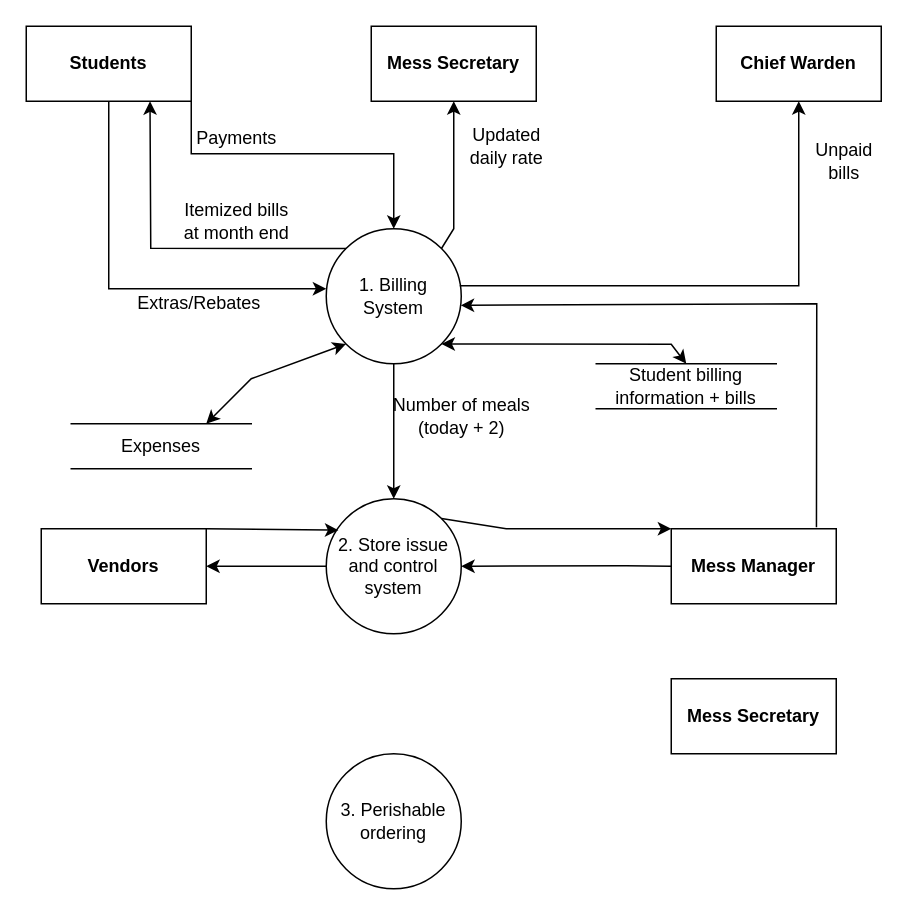
This is Hostel mess DFD.drawio from sakibarifin/Diagrams, a draw.io file, before an edit. Source tidied: cells renumbered, new cells numbered last; positions are measured from the earlier drawing's top-left corner, leaving out a move shared by most shapes. Both pictures are drawn from the tidied source at 150%, with x=0, y=0 at pixel (26, 26).
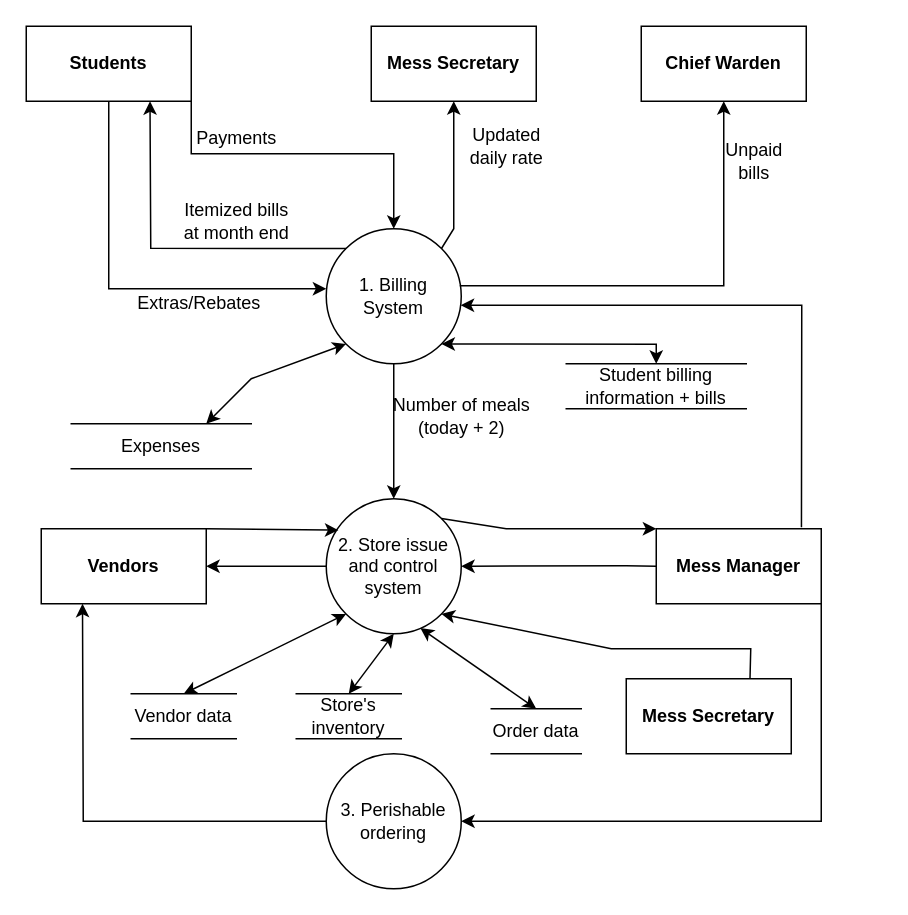
After the change.

The change refers to these unchanged cells:
```xml
<mxCell id="5" value="1. Billing System" style="ellipse;whiteSpace=wrap;html=1;" parent="1" vertex="1">
  <mxGeometry x="200" y="135" width="90" height="90" as="geometry" />
</mxCell>
<mxCell id="16" value="2. Store issue and control system" style="ellipse;whiteSpace=wrap;html=1;" parent="1" vertex="1">
  <mxGeometry x="200" y="315" width="90" height="90" as="geometry" />
</mxCell>
<mxCell id="21" value="Vendors" style="rounded=0;whiteSpace=wrap;html=1;fontStyle=1;" parent="1" vertex="1">
  <mxGeometry x="10" y="335" width="110" height="50" as="geometry" />
</mxCell>
<mxCell id="24" value="3. Perishable ordering" style="ellipse;whiteSpace=wrap;html=1;" parent="1" vertex="1">
  <mxGeometry x="200" y="485" width="90" height="90" as="geometry" />
</mxCell>
```

Change to the diagram source:
```diff
@@
     <mxCell id="4" value="&lt;b&gt;Chief Warden&lt;/b&gt;" style="rounded=0;whiteSpace=wrap;html=1;" parent="1" vertex="1">
-      <mxGeometry x="460" width="110" height="50" as="geometry" />
+      <mxGeometry x="410" width="110" height="50" as="geometry" />
     </mxCell>
@@
     <mxCell id="10" style="endArrow=classic;html=1;rounded=0;exitX=0.989;exitY=0.422;exitDx=0;exitDy=0;exitPerimeter=0;entryX=0.5;entryY=1;entryDx=0;entryDy=0;" parent="1" edge="1" source="5" target="4">
       <mxGeometry relative="1" as="geometry">
         <Array as="points">
-          <mxPoint x="515" y="173" />
+          <mxPoint x="465" y="173" />
         </Array>
       </mxGeometry>
     </mxCell>
@@
     <mxCell id="13" value="Student billing information + bills" style="shape=partialRectangle;whiteSpace=wrap;html=1;left=0;right=0;fillColor=none;" parent="1" vertex="1">
-      <mxGeometry x="380" y="225" width="120" height="30" as="geometry" />
+      <mxGeometry x="360" y="225" width="120" height="30" as="geometry" />
     </mxCell>
     <mxCell id="14" style="endArrow=classic;startArrow=classic;html=1;rounded=0;exitX=1;exitY=1;exitDx=0;exitDy=0;entryX=0.5;entryY=0;entryDx=0;entryDy=0;" parent="1" edge="1" source="5" target="13">
       <mxGeometry relative="1" as="geometry">
         <Array as="points">
-          <mxPoint x="430" y="212" />
+          <mxPoint x="420" y="212" />
         </Array>
       </mxGeometry>
     </mxCell>
@@
     <mxCell id="20" value="Unpaid &lt;br&gt;bills" style="text;html=1;align=center;verticalAlign=middle;strokeColor=none;fillColor=none;" parent="1" vertex="1">
-      <mxGeometry x="520" y="75" width="50" height="30" as="geometry" />
+      <mxGeometry x="460" y="75" width="50" height="30" as="geometry" />
     </mxCell>
@@
     <mxCell id="22" value="Mess Manager" style="rounded=0;whiteSpace=wrap;html=1;fontStyle=1;" parent="1" vertex="1">
-      <mxGeometry x="430" y="335" width="110" height="50" as="geometry" />
+      <mxGeometry x="420" y="335" width="110" height="50" as="geometry" />
     </mxCell>
     <mxCell id="23" value="Mess Secretary" style="rounded=0;whiteSpace=wrap;html=1;fontStyle=1;" parent="1" vertex="1">
-      <mxGeometry x="430" y="435" width="110" height="50" as="geometry" />
+      <mxGeometry x="400" y="435" width="110" height="50" as="geometry" />
     </mxCell>
@@
     <mxCell id="31" style="endArrow=classic;html=1;rounded=0;exitX=0.88;exitY=-0.021;exitDx=0;exitDy=0;exitPerimeter=0;entryX=0.996;entryY=0.567;entryDx=0;entryDy=0;entryPerimeter=0;" parent="1" edge="1" source="22" target="5">
       <mxGeometry relative="1" as="geometry">
         <Array as="points">
-          <mxPoint x="527" y="185" />
+          <mxPoint x="517" y="186" />
         </Array>
       </mxGeometry>
     </mxCell>
+    <mxCell id="32" style="endArrow=classic;html=1;rounded=0;entryX=0.25;entryY=1;entryDx=0;entryDy=0;exitX=0;exitY=0.5;exitDx=0;exitDy=0;" parent="1" edge="1" source="24" target="21">
+      <mxGeometry relative="1" as="geometry">
+        <Array as="points">
+          <mxPoint x="38" y="530" />
+        </Array>
+      </mxGeometry>
+    </mxCell>
+    <mxCell id="33" style="endArrow=classic;html=1;rounded=0;exitX=1;exitY=1;exitDx=0;exitDy=0;entryX=1;entryY=0.5;entryDx=0;entryDy=0;" parent="1" edge="1" source="22" target="24">
+      <mxGeometry relative="1" as="geometry">
+        <Array as="points">
+          <mxPoint x="530" y="530" />
+        </Array>
+      </mxGeometry>
+    </mxCell>
+    <mxCell id="34" style="endArrow=classic;html=1;rounded=0;exitX=0.75;exitY=0;exitDx=0;exitDy=0;entryX=1;entryY=1;entryDx=0;entryDy=0;" parent="1" edge="1" source="23" target="16">
+      <mxGeometry relative="1" as="geometry">
+        <Array as="points">
+          <mxPoint x="483" y="415" />
+          <mxPoint x="390" y="415" />
+        </Array>
+      </mxGeometry>
+    </mxCell>
+    <mxCell id="35" value="Vendor data" style="shape=partialRectangle;whiteSpace=wrap;html=1;left=0;right=0;fillColor=none;" parent="1" vertex="1">
+      <mxGeometry x="70" y="445" width="70" height="30" as="geometry" />
+    </mxCell>
+    <mxCell id="36" value="Store's inventory" style="shape=partialRectangle;whiteSpace=wrap;html=1;left=0;right=0;fillColor=none;" parent="1" vertex="1">
+      <mxGeometry x="180" y="445" width="70" height="30" as="geometry" />
+    </mxCell>
+    <mxCell id="37" value="Order data" style="shape=partialRectangle;whiteSpace=wrap;html=1;left=0;right=0;fillColor=none;" parent="1" vertex="1">
+      <mxGeometry x="310" y="455" width="60" height="30" as="geometry" />
+    </mxCell>
+    <mxCell id="38" style="endArrow=classic;html=1;rounded=0;entryX=0;entryY=1;entryDx=0;entryDy=0;exitX=0.5;exitY=0;exitDx=0;exitDy=0;startArrow=classic;startFill=1;" parent="1" edge="1" source="35" target="16">
+      <mxGeometry relative="1" as="geometry" />
+    </mxCell>
+    <mxCell id="39" style="endArrow=classic;html=1;rounded=0;exitX=0.5;exitY=0;exitDx=0;exitDy=0;entryX=0.5;entryY=1;entryDx=0;entryDy=0;startArrow=classic;startFill=1;" parent="1" edge="1" source="36" target="16">
+      <mxGeometry relative="1" as="geometry" />
+    </mxCell>
+    <mxCell id="40" style="endArrow=classic;html=1;rounded=0;exitX=0.5;exitY=0;exitDx=0;exitDy=0;entryX=0.697;entryY=0.958;entryDx=0;entryDy=0;startArrow=classic;startFill=1;entryPerimeter=0;" parent="1" edge="1" source="37" target="16">
+      <mxGeometry relative="1" as="geometry" />
+    </mxCell>
```
